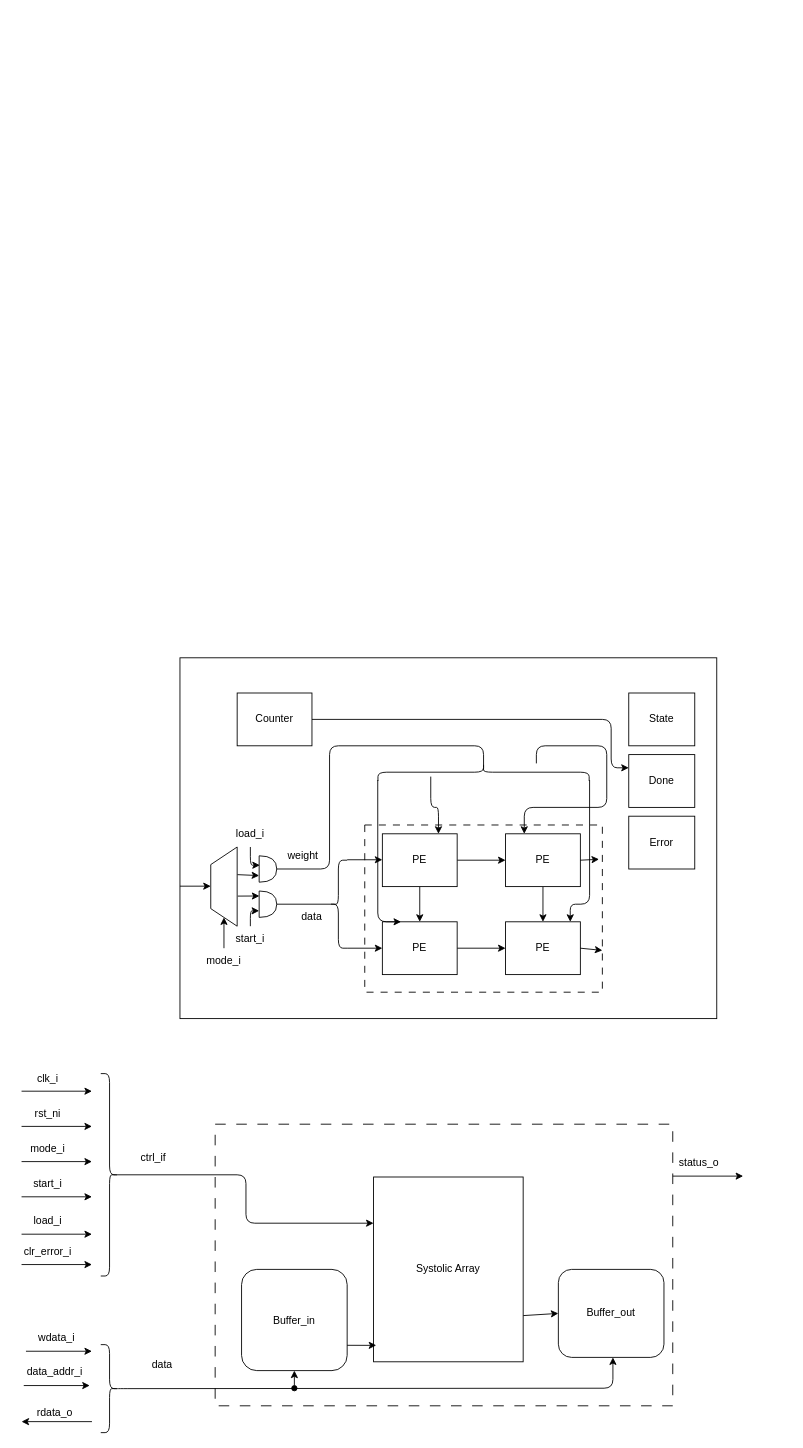
Before: 04.RTL/accel/arq_accel.drawio in Leandro-Gama/riscv-dma-matrix-coprocessor, a draw.io diagram. Source tidied: cells renumbered, new cells numbered last; positions are measured from the earlier drawing's top-left corner, leaving out a move shared by most shapes. Both pictures are drawn from the tidied source at 88%, with x=0, y=0 at pixel (21, 657).
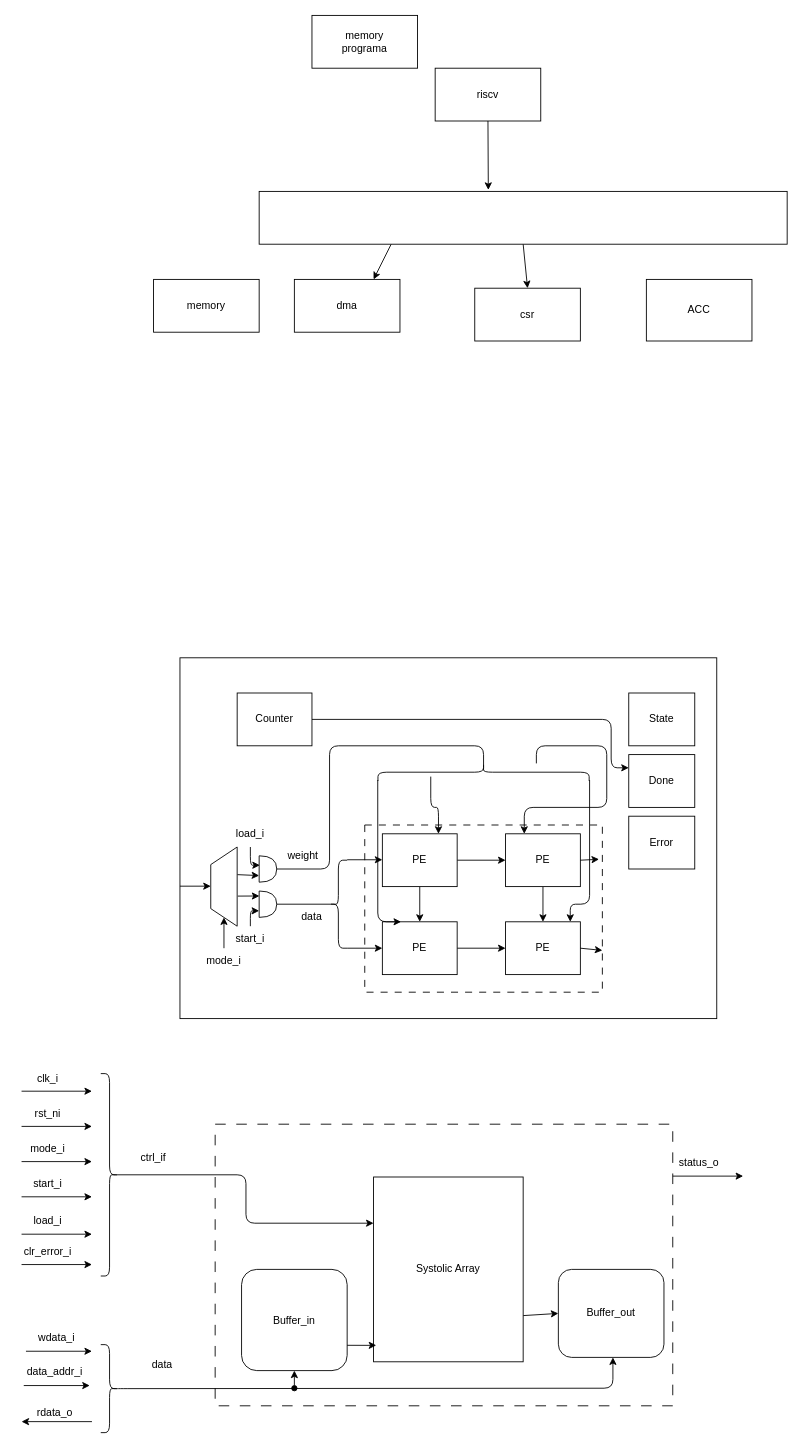
After the change.

Diff of the diagram source:
```diff
@@
+    <mxCell id="76" style="edgeStyle=none;html=1;exitX=0.25;exitY=1;exitDx=0;exitDy=0;entryX=0.75;entryY=0;entryDx=0;entryDy=0;" parent="1" edge="1" source="78" target="82">
+      <mxGeometry relative="1" as="geometry" />
+    </mxCell>
+    <mxCell id="77" style="edgeStyle=none;html=1;exitX=0.5;exitY=1;exitDx=0;exitDy=0;entryX=0.5;entryY=0;entryDx=0;entryDy=0;" parent="1" edge="1" source="78" target="80">
+      <mxGeometry relative="1" as="geometry" />
+    </mxCell>
+    <mxCell id="78" style="whiteSpace=wrap;html=1;" parent="1" vertex="1">
+      <mxGeometry x="270" y="-530" width="600" height="60" as="geometry" />
+    </mxCell>
+    <mxCell id="79" value="ACC" style="whiteSpace=wrap;html=1;" parent="1" vertex="1">
+      <mxGeometry x="710" y="-430" width="120" height="70" as="geometry" />
+    </mxCell>
+    <mxCell id="80" value="csr" style="whiteSpace=wrap;html=1;" parent="1" vertex="1">
+      <mxGeometry x="515" y="-420" width="120" height="60" as="geometry" />
+    </mxCell>
+    <mxCell id="81" value="riscv" style="whiteSpace=wrap;html=1;" parent="1" vertex="1">
+      <mxGeometry x="470" y="-670" width="120" height="60" as="geometry" />
+    </mxCell>
+    <mxCell id="82" value="dma" style="whiteSpace=wrap;html=1;" parent="1" vertex="1">
+      <mxGeometry x="310" y="-430" width="120" height="60" as="geometry" />
+    </mxCell>
+    <mxCell id="83" style="edgeStyle=none;html=1;exitX=0.5;exitY=1;exitDx=0;exitDy=0;entryX=0.434;entryY=-0.029;entryDx=0;entryDy=0;entryPerimeter=0;" parent="1" edge="1" source="81" target="78">
+      <mxGeometry relative="1" as="geometry" />
+    </mxCell>
+    <mxCell id="84" value="memory" style="whiteSpace=wrap;html=1;" parent="1" vertex="1">
+      <mxGeometry x="150" y="-430" width="120" height="60" as="geometry" />
+    </mxCell>
+    <mxCell id="85" value="memory&lt;div&gt;programa&lt;/div&gt;" style="whiteSpace=wrap;html=1;" parent="1" vertex="1">
+      <mxGeometry x="330" y="-730" width="120" height="60" as="geometry" />
+    </mxCell>
```
